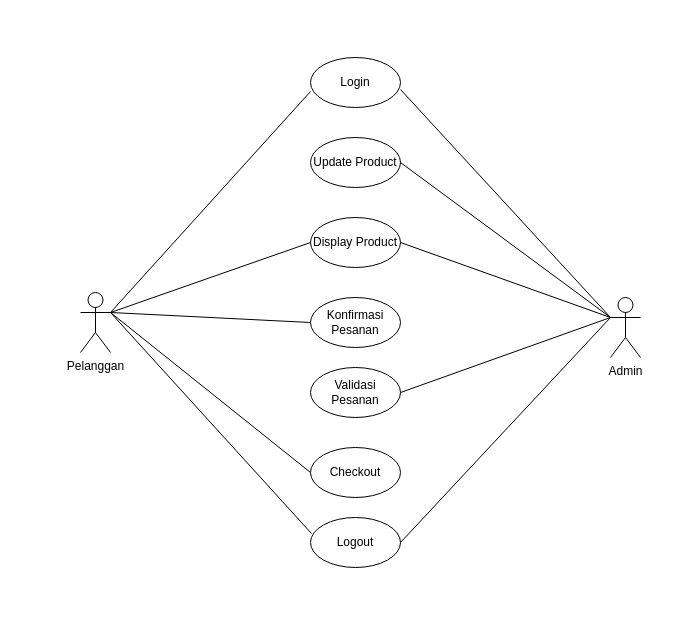
Above: page "use case v_mart" (5 of 10) of File_Proyek3/diagram v_mart.drawio in aldinurhanudin/Vmart_API (draw.io), before the change. Source tidied: cells renumbered, new cells numbered last; positions are measured from the earlier drawing's top-left corner, leaving out a move shared by most shapes. Both pictures are drawn from the tidied source at 100%, with x=0, y=0 at pixel (80, 57).
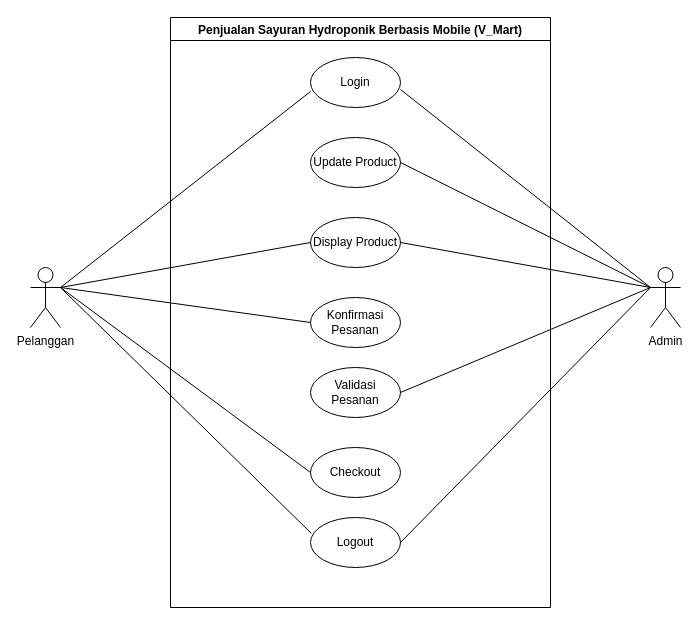
The same diagram, later.

Diff of the diagram source:
```diff
@@
     <mxCell id="14" value="Pelanggan" style="shape=umlActor;verticalLabelPosition=bottom;verticalAlign=top;html=1;outlineConnect=0;" parent="1" vertex="1">
-      <mxGeometry y="235" width="30" height="60" as="geometry" />
+      <mxGeometry x="-50" y="210" width="30" height="60" as="geometry" />
     </mxCell>
@@
     <mxCell id="20" value="Admin" style="shape=umlActor;verticalLabelPosition=bottom;verticalAlign=top;html=1;outlineConnect=0;" parent="1" vertex="1">
-      <mxGeometry x="530" y="240" width="30" height="60" as="geometry" />
+      <mxGeometry x="570" y="210" width="30" height="60" as="geometry" />
     </mxCell>
+    <mxCell id="21" value="Penjualan Sayuran Hydroponik Berbasis Mobile (V_Mart)" style="swimlane;" parent="1" vertex="1">
+      <mxGeometry x="90" y="-40" width="380" height="590" as="geometry" />
+    </mxCell>
```
